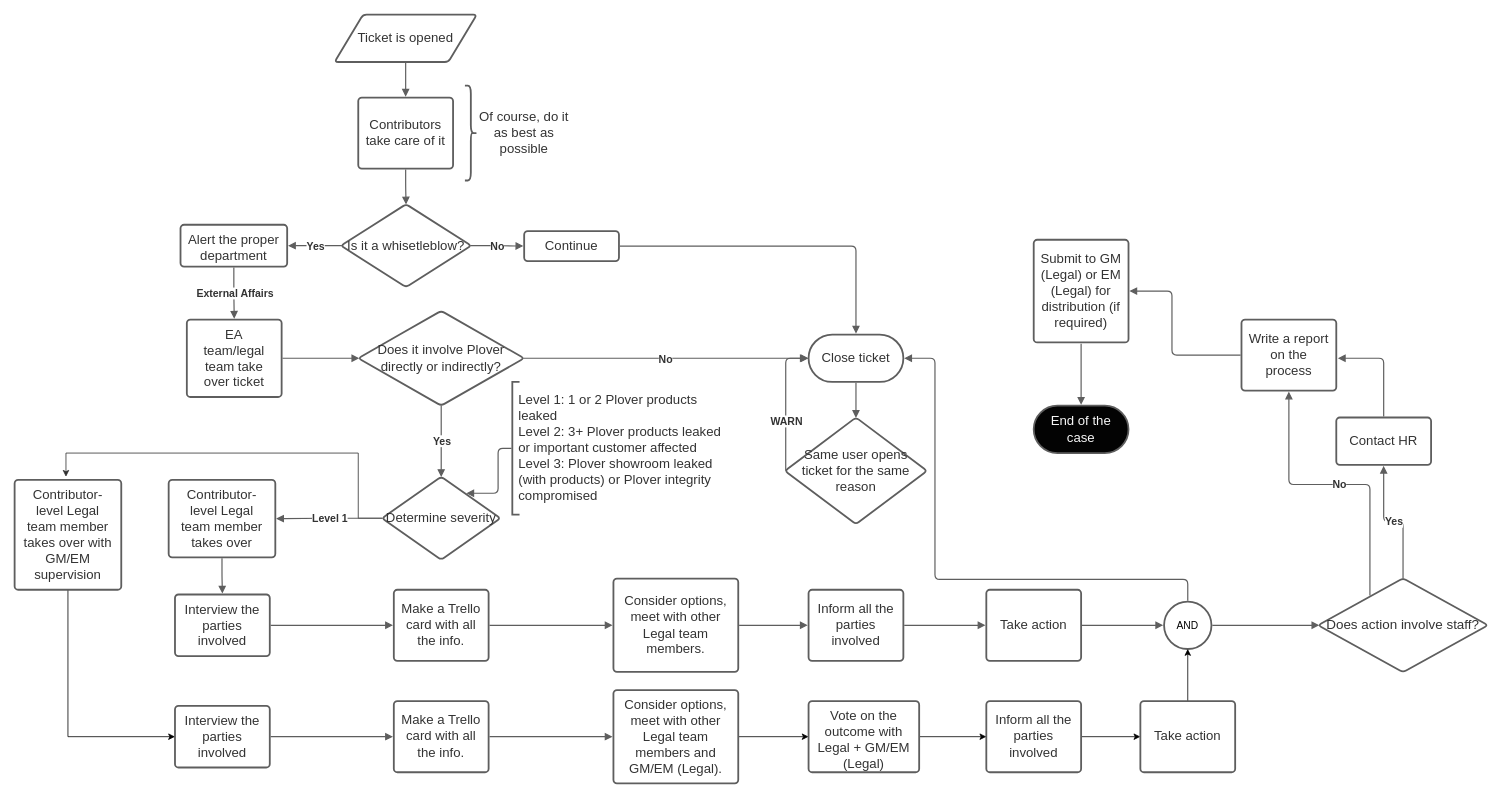
Earlier version of the draw.io diagram Untitled Diagram.drawio (Peiprjs/Peiprjs). Source tidied: cells renumbered, new cells numbered last; positions are measured from the earlier drawing's top-left corner, leaving out a move shared by most shapes. Both pictures are drawn from the tidied source at 79%, with x=0, y=0 at pixel (14, 14).
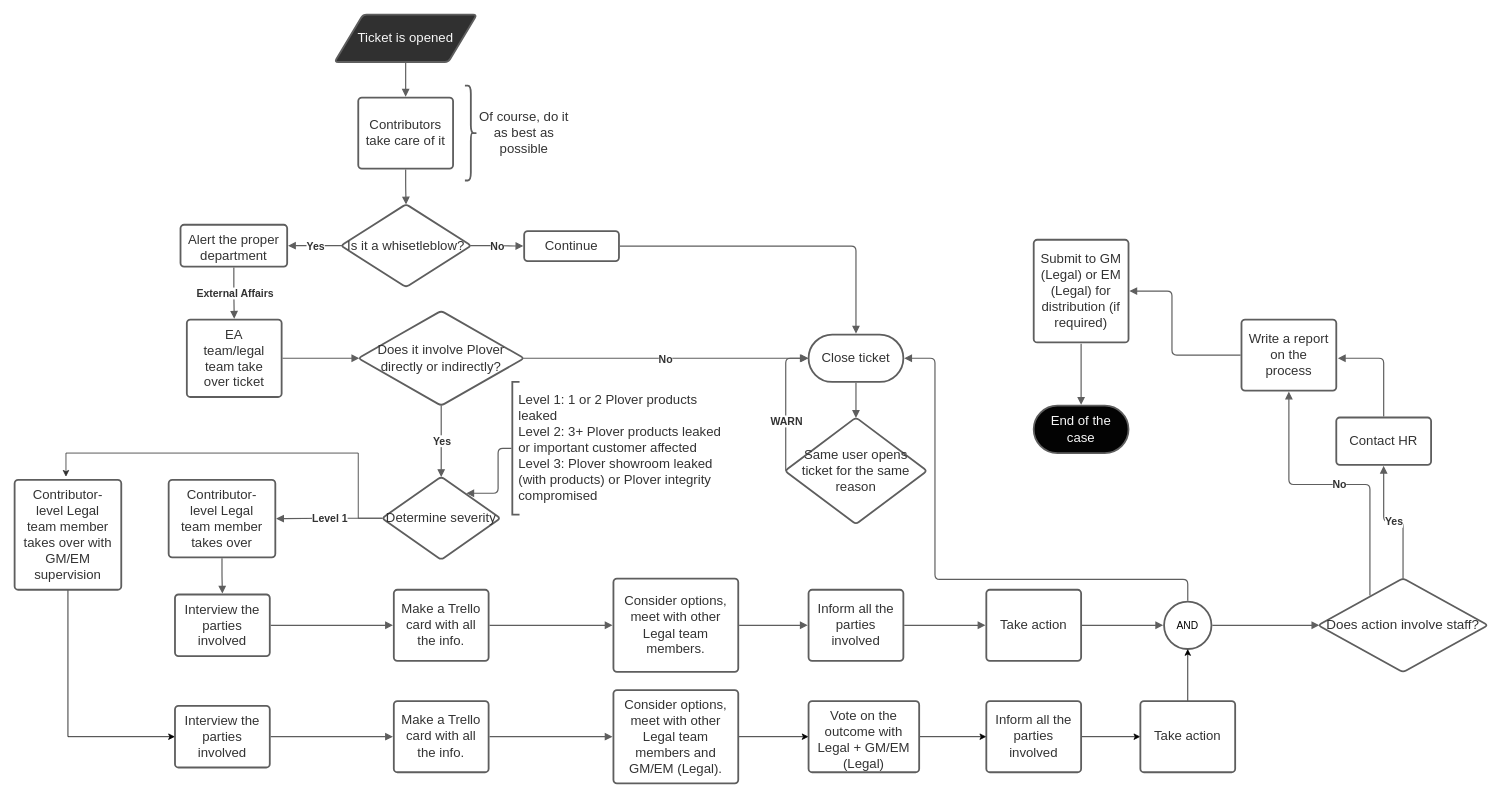
Above is the later version.

Commit message:
Detailing and shit

The edit, as a diff of the source:
```diff
@@
-    <mxCell id="2" value="Ticket is opened" style="html=1;overflow=block;blockSpacing=1;whiteSpace=wrap;shape=parallelogram;perimeter=parallelogramPerimeter;anchorPointDirection=0;whiteSpace=wrap;fontSize=16.7;fontColor=#333333;spacing=3.8;strokeColor=#5e5e5e;strokeOpacity=100;rounded=1;absoluteArcSize=1;arcSize=9;strokeWidth=2.3;" parent="1" vertex="1">
+    <mxCell id="2" value="&lt;font color=&quot;#F7F7F7&quot;&gt;Ticket is opened&lt;/font&gt;" style="html=1;overflow=block;blockSpacing=1;whiteSpace=wrap;shape=parallelogram;perimeter=parallelogramPerimeter;anchorPointDirection=0;whiteSpace=wrap;fontSize=16.7;fontColor=#333333;spacing=3.8;strokeColor=#5e5e5e;strokeOpacity=100;rounded=1;absoluteArcSize=1;arcSize=9;strokeWidth=2.3;fillColor=#303030;" parent="1" vertex="1">
       <mxGeometry x="405" width="180" height="60" as="geometry" />
     </mxCell>
```
